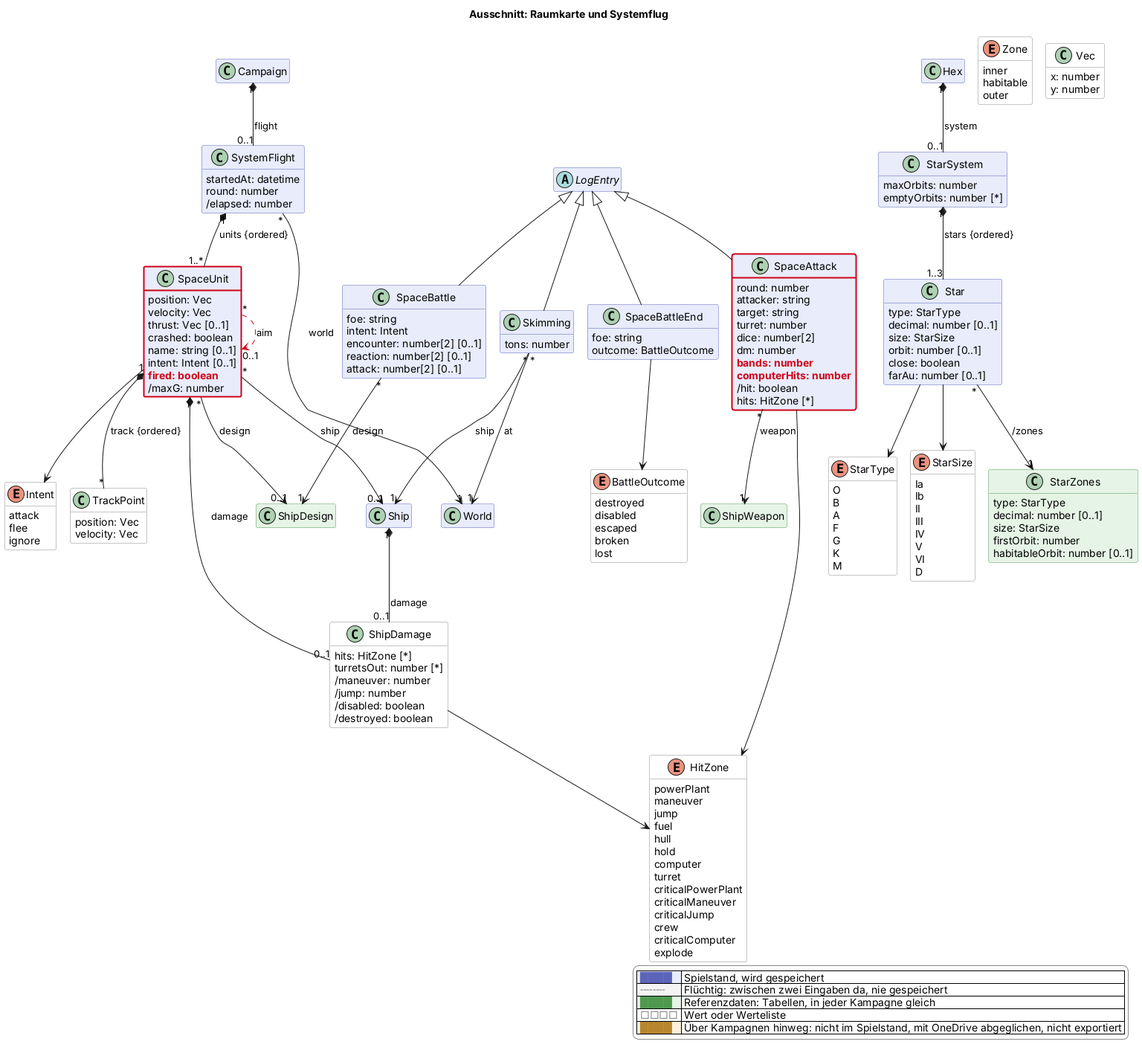
The PlantUML diagram docs/views/raum.png in scuzzar/SRE, before a commit.
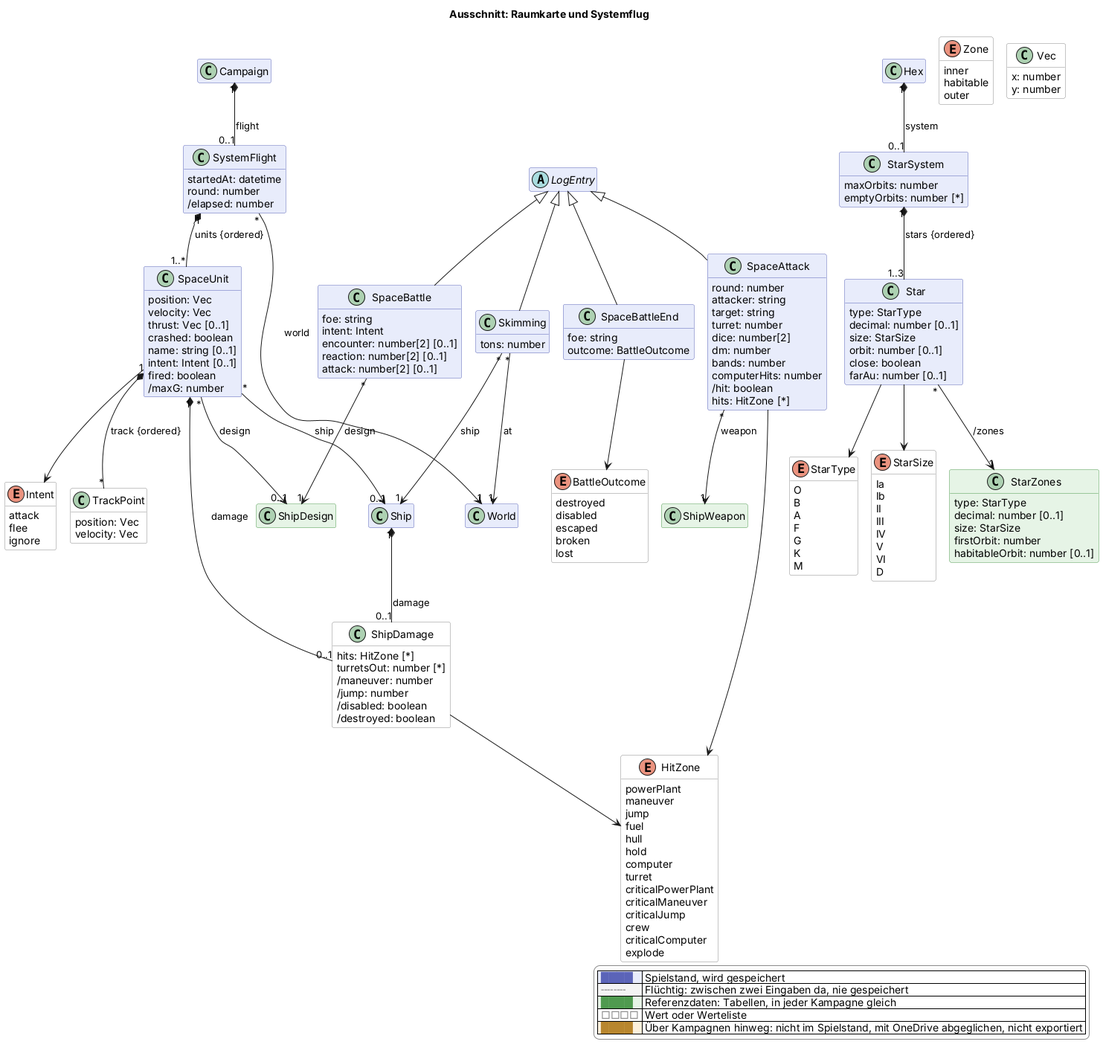
The same file after the commit.

Diff of the diagram source:
```diff
@@ -169,8 +169,8 @@
     turret: number
     dice: number[2]
     dm: number
-    $new("2026-11-21e", "bands: number")
-    $new("2026-11-21e", "computerHits: number")
+    bands: number
+    computerHits: number
     /hit: boolean
     hits: HitZone [*]
   }
@@ -192,7 +192,7 @@
     crashed: boolean
     name: string [0..1]
     intent: Intent [0..1]
-    $new("2026-11-21e", "fired: boolean")
+    fired: boolean
     /maxG: number
   }
   class TrackPoint <<value>> $raum {
@@ -222,7 +222,6 @@
 SpaceUnit "*" --> "0..1" Ship : ship
 SpaceUnit "*" --> "0..1" ShipDesign : design
 SpaceUnit "1" *-- "0..1" ShipDamage : damage
-SpaceUnit "*" -$goneArrow("2026-11-21e")-> "0..1" SpaceUnit : aim
 Ship "1" *-- "0..1" ShipDamage : damage
 ShipDamage --> HitZone
 SpaceUnit --> Intent
@@ -262,6 +261,4 @@
   |<#ffffff> <color:#8a8a8a>□□□□</color> | Wert oder Werteliste |
   |<#fdf1dc> <color:#b8862e>████</color> | Über Kampagnen hinweg: nicht im Spielstand, mit OneDrive abgeglichen, nicht exportiert |
 endlegend
-class SpaceAttack #line:d0021b;line.bold
-class SpaceUnit #line:d0021b;line.bold
 @enduml
```
